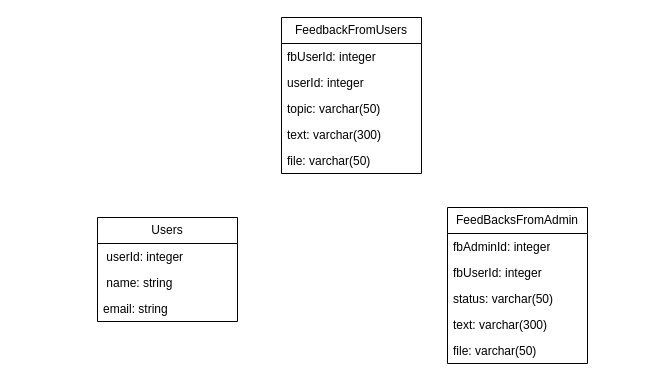
Before: Диаграмма без названия.drawio in ElizaSitmukhanova/-food-site, a draw.io diagram. Source tidied: cells renumbered, new cells numbered last; positions are measured from the earlier drawing's top-left corner, leaving out a move shared by most shapes. Both pictures are drawn from the tidied source at 100%, with x=0, y=0 at pixel (97, 17).
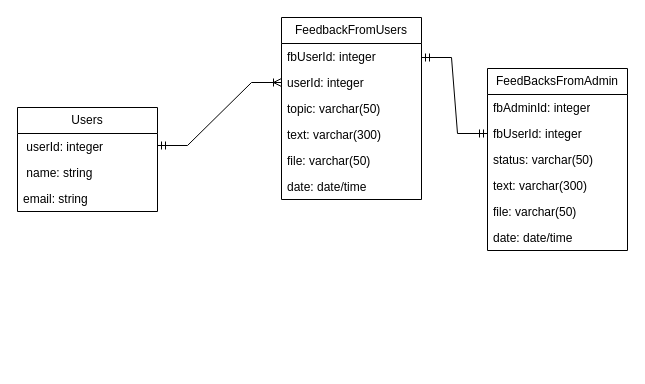
Above is the later version.

The change refers to these unchanged cells:
```xml
<mxCell id="8" value="userId: integer" style="text;strokeColor=none;fillColor=none;align=left;verticalAlign=top;spacingLeft=4;spacingRight=4;overflow=hidden;points=[[0,0.5],[1,0.5]];portConstraint=eastwest;whiteSpace=wrap;html=1;" parent="6" vertex="1">
  <mxGeometry y="52" width="140" height="26" as="geometry" />
</mxCell>
<mxCell id="14" value="fbUserId: integer" style="text;strokeColor=none;fillColor=none;align=left;verticalAlign=top;spacingLeft=4;spacingRight=4;overflow=hidden;points=[[0,0.5],[1,0.5]];portConstraint=eastwest;whiteSpace=wrap;html=1;" parent="12" vertex="1">
  <mxGeometry y="52" width="140" height="26" as="geometry" />
</mxCell>
```

Change to the diagram source:
```diff
@@
     <mxCell id="2" value="Users" style="swimlane;fontStyle=0;horizontal=1;startSize=26;fillColor=none;whiteSpace=wrap;html=1;" parent="1" vertex="1">
-      <mxGeometry y="200" width="140" height="104" as="geometry" />
+      <mxGeometry x="-80" y="90" width="140" height="104" as="geometry" />
     </mxCell>
@@
     <mxCell id="6" value="FeedbackFromUsers" style="swimlane;fontStyle=0;horizontal=1;startSize=26;fillColor=none;whiteSpace=wrap;html=1;" parent="1" vertex="1">
-      <mxGeometry x="184" width="140" height="156" as="geometry" />
+      <mxGeometry x="184" width="140" height="182" as="geometry" />
     </mxCell>
@@
+    <mxCell id="18" value="date: date/time" style="text;strokeColor=none;fillColor=none;align=left;verticalAlign=top;spacingLeft=4;spacingRight=4;overflow=hidden;whiteSpace=wrap;html=1;" parent="6" vertex="1">
+      <mxGeometry y="156" width="140" height="26" as="geometry" />
+    </mxCell>
     <mxCell id="12" value="FeedBacksFromAdmin" style="swimlane;fontStyle=0;horizontal=1;startSize=26;fillColor=none;whiteSpace=wrap;html=1;" parent="1" vertex="1">
-      <mxGeometry x="350" y="190" width="140" height="156" as="geometry" />
+      <mxGeometry x="390" y="51" width="140" height="182" as="geometry" />
     </mxCell>
@@
+    <mxCell id="19" value="date: date/time" style="text;strokeColor=none;fillColor=none;align=left;verticalAlign=top;spacingLeft=4;spacingRight=4;overflow=hidden;whiteSpace=wrap;html=1;" parent="12" vertex="1">
+      <mxGeometry y="156" width="140" height="26" as="geometry" />
+    </mxCell>
+    <mxCell id="20" style="edgeStyle=entityRelationEdgeStyle;fontSize=12;html=1;endArrow=ERmandOne;startArrow=ERmandOne;rounded=0;" parent="1" edge="1" target="14">
+      <mxGeometry relative="1" as="geometry">
+        <mxPoint x="324" y="40" as="sourcePoint" />
+      </mxGeometry>
+    </mxCell>
+    <mxCell id="21" style="edgeStyle=entityRelationEdgeStyle;fontSize=12;html=1;endArrow=ERoneToMany;startArrow=ERmandOne;rounded=0;entryX=0;entryY=0.5;entryDx=0;entryDy=0;" parent="1" edge="1" target="8">
+      <mxGeometry relative="1" as="geometry">
+        <mxPoint x="60" y="128" as="sourcePoint" />
+        <Array as="points">
+          <mxPoint x="140" y="70" />
+        </Array>
+      </mxGeometry>
+    </mxCell>
```
